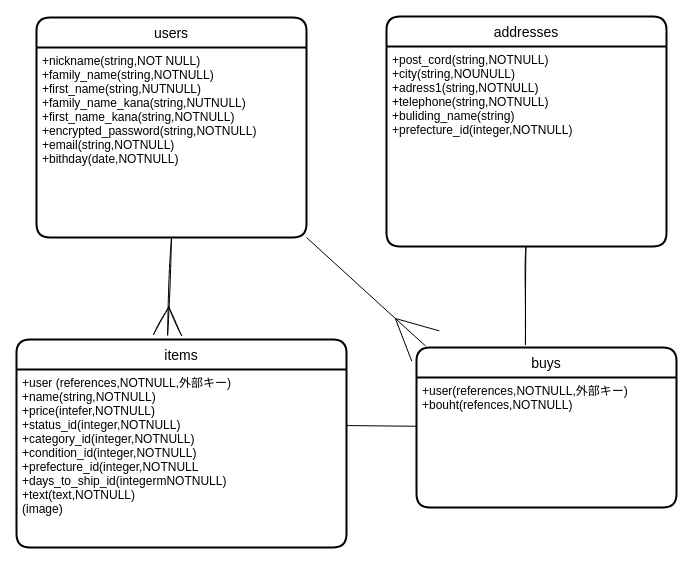
The draw.io diagram er.dio in 1ain00/furima-38440-id, before the edit. Source tidied: cells renumbered, new cells numbered last; positions are measured from the earlier drawing's top-left corner, leaving out a move shared by most shapes. Both pictures are drawn from the tidied source at 100%, with x=0, y=0 at pixel (16, 16).
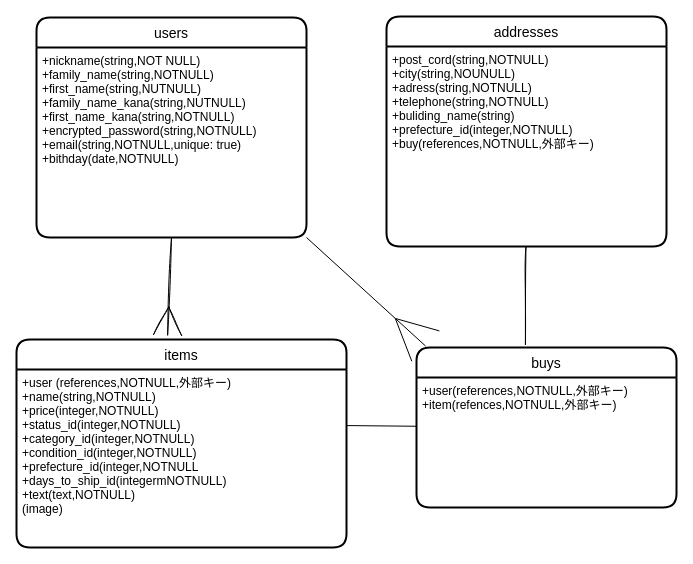
Above is the later version.

Diff of the diagram source:
```diff
@@
 <mxGraphModel>
   <root>
     <mxCell id="0" />
     <mxCell id="1" parent="0" />
     <mxCell id="2" value="users" style="swimlane;horizontal=1;startSize=30;rounded=1;fontSize=14;fontStyle=0;strokeWidth=2;shadow=0;dashed=0;align=center;" parent="1" vertex="1">
       <mxGeometry x="20" y="1" width="270" height="220" as="geometry" />
     </mxCell>
-    <mxCell id="3" value="+nickname(string,NOT NULL)&#10;+family_name(string,NOTNULL)&#10;+first_name(string,NUTNULL)&#10;+family_name_kana(string,NUTNULL)&#10;+first_name_kana(string,NOTNULL)&#10;+encrypted_password(string,NOTNULL)&#10;+email(string,NOTNULL)&#10;+bithday(date,NOTNULL)" style="align=left;strokeColor=none;fillColor=none;spacingLeft=4;fontSize=12;verticalAlign=top;" parent="2" vertex="1">
+    <mxCell id="3" value="+nickname(string,NOT NULL)&#10;+family_name(string,NOTNULL)&#10;+first_name(string,NUTNULL)&#10;+family_name_kana(string,NUTNULL)&#10;+first_name_kana(string,NOTNULL)&#10;+encrypted_password(string,NOTNULL)&#10;+email(string,NOTNULL,unique: true)&#10;+bithday(date,NOTNULL)" style="align=left;strokeColor=none;fillColor=none;spacingLeft=4;fontSize=12;verticalAlign=top;" parent="2" vertex="1">
       <mxGeometry y="30" width="270" height="190" as="geometry" />
     </mxCell>
     <mxCell id="4" style="edgeStyle=none;html=1;entryX=1;entryY=0.315;entryDx=0;entryDy=0;entryPerimeter=0;endArrow=none;endFill=0;" parent="1" edge="1" source="5" target="8">
       <mxGeometry relative="1" as="geometry" />
     </mxCell>
     <mxCell id="5" value="buys" style="swimlane;horizontal=1;startSize=30;rounded=1;fontSize=14;fontStyle=0;strokeWidth=2;shadow=0;dashed=0;align=center;" parent="1" vertex="1">
       <mxGeometry x="400" y="331" width="260" height="160" as="geometry" />
     </mxCell>
-    <mxCell id="6" value="+user(references,NOTNULL,外部キー)&#10;+bouht(refences,NOTNULL)" style="align=left;strokeColor=none;fillColor=none;spacingLeft=4;fontSize=12;verticalAlign=top;" parent="5" vertex="1">
+    <mxCell id="6" value="+user(references,NOTNULL,外部キー)&#10;+item(refences,NOTNULL,外部キー)" style="align=left;strokeColor=none;fillColor=none;spacingLeft=4;fontSize=12;verticalAlign=top;" parent="5" vertex="1">
       <mxGeometry y="30" width="260" height="130" as="geometry" />
     </mxCell>
     <mxCell id="7" value="items" style="swimlane;horizontal=1;startSize=30;rounded=1;fontSize=14;fontStyle=0;strokeWidth=2;shadow=0;dashed=0;align=center;" parent="1" vertex="1">
       <mxGeometry y="323" width="330" height="208" as="geometry" />
     </mxCell>
-    <mxCell id="8" value="+user (references,NOTNULL,外部キー)&#10;+name(string,NOTNULL)&#10;+price(intefer,NOTNULL)&#10;+status_id(integer,NOTNULL)&#10;+category_id(integer,NOTNULL)&#10;+condition_id(integer,NOTNULL)&#10;+prefecture_id(integer,NOTNULL&#10;+days_to_ship_id(integermNOTNULL)&#10;+text(text,NOTNULL)&#10;(image)" style="align=left;strokeColor=none;fillColor=none;spacingLeft=4;fontSize=12;verticalAlign=top;" parent="7" vertex="1">
+    <mxCell id="8" value="+user (references,NOTNULL,外部キー)&#10;+name(string,NOTNULL)&#10;+price(integer,NOTNULL)&#10;+status_id(integer,NOTNULL)&#10;+category_id(integer,NOTNULL)&#10;+condition_id(integer,NOTNULL)&#10;+prefecture_id(integer,NOTNULL&#10;+days_to_ship_id(integermNOTNULL)&#10;+text(text,NOTNULL)&#10;(image)" style="align=left;strokeColor=none;fillColor=none;spacingLeft=4;fontSize=12;verticalAlign=top;" parent="7" vertex="1">
       <mxGeometry y="30" width="330" height="178" as="geometry" />
     </mxCell>
     <mxCell id="9" value="addresses" style="swimlane;horizontal=1;startSize=30;rounded=1;fontSize=14;fontStyle=0;strokeWidth=2;shadow=0;dashed=0;align=center;" parent="1" vertex="1">
       <mxGeometry x="370" width="280" height="230" as="geometry" />
     </mxCell>
-    <mxCell id="10" value="+post_cord(string,NOTNULL)&#10;+city(string,NOUNULL)&#10;+adress1(string,NOTNULL)&#10;+telephone(string,NOTNULL)&#10;+buliding_name(string)&#10;+prefecture_id(integer,NOTNULL)" style="align=left;strokeColor=none;fillColor=none;spacingLeft=4;fontSize=12;verticalAlign=top;" parent="9" vertex="1">
+    <mxCell id="10" value="+post_cord(string,NOTNULL)&#10;+city(string,NOUNULL)&#10;+adress(string,NOTNULL)&#10;+telephone(string,NOTNULL)&#10;+buliding_name(string)&#10;+prefecture_id(integer,NOTNULL)&#10;+buy(references,NOTNULL,外部キー)" style="align=left;strokeColor=none;fillColor=none;spacingLeft=4;fontSize=12;verticalAlign=top;" parent="9" vertex="1">
       <mxGeometry y="30" width="280" height="200" as="geometry" />
     </mxCell>
     <mxCell id="11" style="edgeStyle=none;sketch=1;html=1;exitX=0.5;exitY=1;exitDx=0;exitDy=0;entryX=0.458;entryY=-0.022;entryDx=0;entryDy=0;entryPerimeter=0;endArrow=ERmany;endFill=0;startSize=6;endSize=26;" parent="1" edge="1" source="3" target="7">
       <mxGeometry relative="1" as="geometry" />
     </mxCell>
     <mxCell id="12" style="edgeStyle=none;sketch=1;html=1;entryX=0.419;entryY=-0.019;entryDx=0;entryDy=0;entryPerimeter=0;endArrow=none;endFill=0;startSize=6;endSize=26;" parent="1" edge="1" source="10" target="5">
       <mxGeometry relative="1" as="geometry" />
     </mxCell>
     <mxCell id="13" style="edgeStyle=none;html=1;exitX=1;exitY=1;exitDx=0;exitDy=0;entryX=0.035;entryY=-0.009;entryDx=0;entryDy=0;entryPerimeter=0;endArrow=ERmany;endFill=0;strokeWidth=1;endSize=39;" parent="1" edge="1" source="3" target="5">
       <mxGeometry relative="1" as="geometry" />
     </mxCell>
   </root>
 </mxGraphModel>
```
